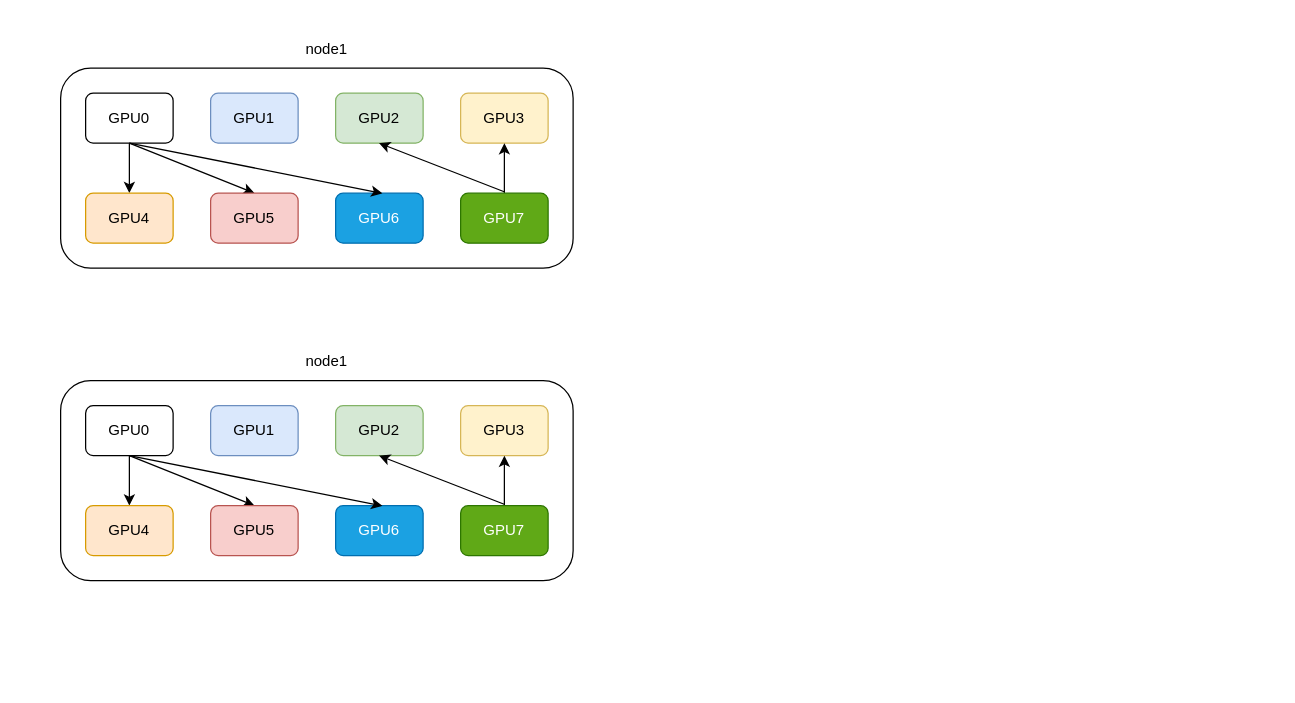
This is deepep.drawio from icclBrother/AIinfraDocs, a draw.io file, before an edit. Source tidied: cells renumbered, new cells numbered last; positions are measured from the earlier drawing's top-left corner, leaving out a move shared by most shapes. Both pictures are drawn from the tidied source at 125%, with x=0, y=0 at pixel (60, 30).
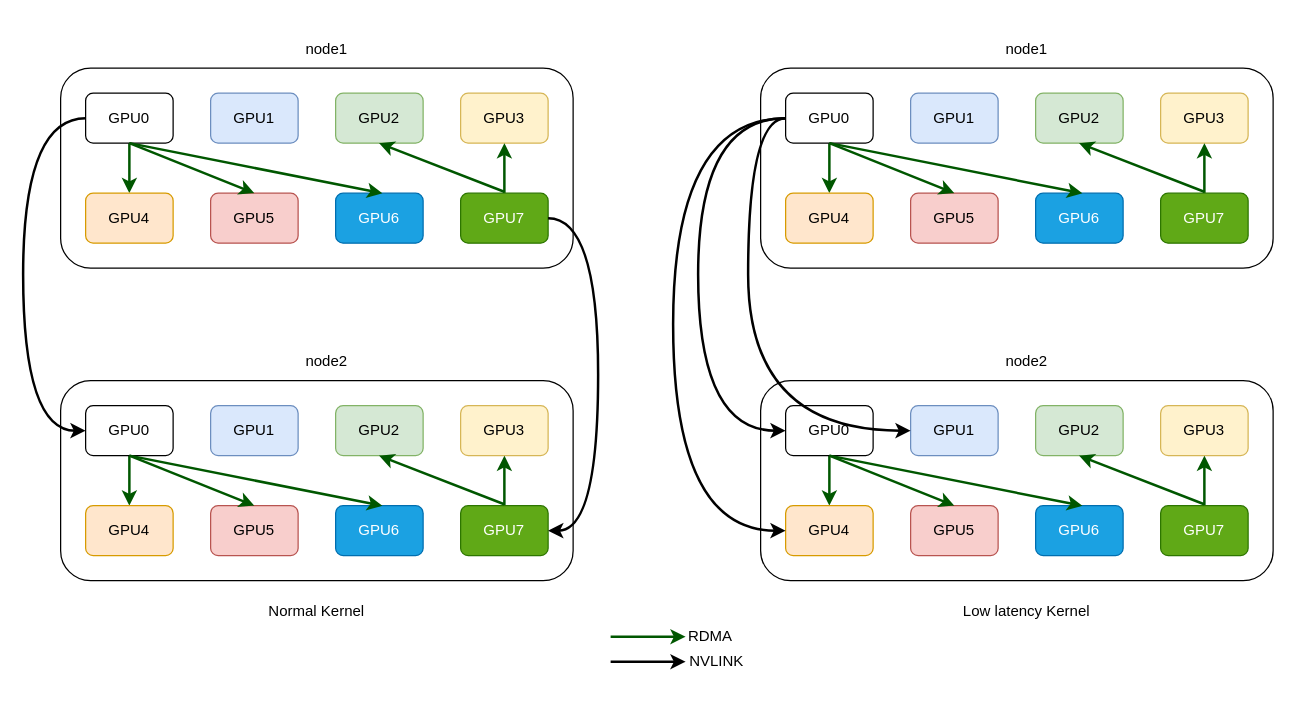
After the change.

The change refers to these unchanged cells:
```xml
<mxCell id="4" value="GPU0" style="rounded=1;whiteSpace=wrap;html=1;" parent="1" vertex="1">
  <mxGeometry x="20" y="50" width="70" height="40" as="geometry" />
</mxCell>
<mxCell id="7" value="GPU3" style="rounded=1;whiteSpace=wrap;html=1;fillColor=#fff2cc;strokeColor=#d6b656;" parent="1" vertex="1">
  <mxGeometry x="320" y="50" width="70" height="40" as="geometry" />
</mxCell>
<mxCell id="8" value="GPU4" style="rounded=1;whiteSpace=wrap;html=1;fillColor=#ffe6cc;strokeColor=#d79b00;" parent="1" vertex="1">
  <mxGeometry x="20" y="130" width="70" height="40" as="geometry" />
</mxCell>
<mxCell id="10" value="GPU5" style="rounded=1;whiteSpace=wrap;html=1;fillColor=#f8cecc;strokeColor=#b85450;" parent="1" vertex="1">
  <mxGeometry x="120" y="130" width="70" height="40" as="geometry" />
</mxCell>
<mxCell id="11" value="GPU6" style="rounded=1;whiteSpace=wrap;html=1;fillColor=#1ba1e2;fontColor=#ffffff;strokeColor=#006EAF;" parent="1" vertex="1">
  <mxGeometry x="220" y="130" width="70" height="40" as="geometry" />
</mxCell>
<mxCell id="13" value="GPU7" style="rounded=1;whiteSpace=wrap;html=1;fillColor=#60a917;fontColor=#ffffff;strokeColor=#2D7600;" parent="1" vertex="1">
  <mxGeometry x="320" y="130" width="70" height="40" as="geometry" />
</mxCell>
<mxCell id="20" value="GPU0" style="rounded=1;whiteSpace=wrap;html=1;" parent="1" vertex="1">
  <mxGeometry x="20" y="300" width="70" height="40" as="geometry" />
</mxCell>
<mxCell id="23" value="GPU3" style="rounded=1;whiteSpace=wrap;html=1;fillColor=#fff2cc;strokeColor=#d6b656;" parent="1" vertex="1">
  <mxGeometry x="320" y="300" width="70" height="40" as="geometry" />
</mxCell>
<mxCell id="24" value="GPU4" style="rounded=1;whiteSpace=wrap;html=1;fillColor=#ffe6cc;strokeColor=#d79b00;" parent="1" vertex="1">
  <mxGeometry x="20" y="380" width="70" height="40" as="geometry" />
</mxCell>
<mxCell id="26" value="GPU5" style="rounded=1;whiteSpace=wrap;html=1;fillColor=#f8cecc;strokeColor=#b85450;" parent="1" vertex="1">
  <mxGeometry x="120" y="380" width="70" height="40" as="geometry" />
</mxCell>
<mxCell id="27" value="GPU6" style="rounded=1;whiteSpace=wrap;html=1;fillColor=#1ba1e2;fontColor=#ffffff;strokeColor=#006EAF;" parent="1" vertex="1">
  <mxGeometry x="220" y="380" width="70" height="40" as="geometry" />
</mxCell>
<mxCell id="29" value="GPU7" style="rounded=1;whiteSpace=wrap;html=1;fillColor=#60a917;fontColor=#ffffff;strokeColor=#2D7600;" parent="1" vertex="1">
  <mxGeometry x="320" y="380" width="70" height="40" as="geometry" />
</mxCell>
```

The edit, as a diff of the source:
```diff
@@
-    <mxCell id="3" style="edgeStyle=orthogonalEdgeStyle;rounded=0;jettySize=auto;html=1;" parent="1" edge="1" source="4" target="8">
+    <mxCell id="3" style="edgeStyle=orthogonalEdgeStyle;rounded=0;jettySize=auto;html=1;strokeWidth=2;fillColor=#008a00;strokeColor=#005700;" parent="1" edge="1" source="4" target="8">
       <mxGeometry relative="1" as="geometry" />
     </mxCell>
@@
-    <mxCell id="9" style="edgeStyle=none;rounded=0;jettySize=auto;html=1;entryX=0.5;entryY=0;entryDx=0;entryDy=0;exitX=0.5;exitY=1;exitDx=0;exitDy=0;" parent="1" edge="1" source="4" target="10">
-      <mxGeometry relative="1" as="geometry" />
-    </mxCell>
@@
-    <mxCell id="12" style="edgeStyle=none;rounded=0;jettySize=auto;html=1;" parent="1" edge="1" source="13" target="7">
+    <mxCell id="12" style="edgeStyle=none;rounded=0;jettySize=auto;html=1;fillColor=#008a00;strokeColor=#005700;strokeWidth=2;" parent="1" edge="1" source="13" target="7">
       <mxGeometry relative="1" as="geometry" />
     </mxCell>
@@
-    <mxCell id="14" style="edgeStyle=none;rounded=0;jettySize=auto;html=1;entryX=0.534;entryY=0.004;entryDx=0;entryDy=0;exitX=0.5;exitY=1;exitDx=0;exitDy=0;entryPerimeter=0;" parent="1" edge="1" source="4" target="11">
+    <mxCell id="14" style="edgeStyle=none;rounded=0;jettySize=auto;html=1;entryX=0.534;entryY=0.004;entryDx=0;entryDy=0;exitX=0.5;exitY=1;exitDx=0;exitDy=0;entryPerimeter=0;fillColor=#008a00;strokeColor=#005700;strokeWidth=2;" parent="1" edge="1" source="4" target="11">
       <mxGeometry relative="1" as="geometry" />
     </mxCell>
-    <mxCell id="15" style="edgeStyle=none;rounded=0;jettySize=auto;html=1;exitX=0.498;exitY=-0.028;exitDx=0;exitDy=0;exitPerimeter=0;" parent="1" edge="1" source="13">
+    <mxCell id="15" style="edgeStyle=none;rounded=0;jettySize=auto;html=1;exitX=0.498;exitY=-0.028;exitDx=0;exitDy=0;exitPerimeter=0;fillColor=#008a00;strokeColor=#005700;strokeWidth=2;" parent="1" edge="1" source="13">
       <mxGeometry relative="1" as="geometry">
         <mxPoint x="254.7" y="90" as="targetPoint" />
       </mxGeometry>
     </mxCell>
@@
-    <mxCell id="19" style="edgeStyle=orthogonalEdgeStyle;rounded=0;jettySize=auto;html=1;" parent="1" edge="1" source="20" target="24">
+    <mxCell id="19" style="edgeStyle=orthogonalEdgeStyle;rounded=0;jettySize=auto;html=1;fillColor=#008a00;strokeColor=#005700;strokeWidth=2;" parent="1" edge="1" source="20" target="24">
       <mxGeometry relative="1" as="geometry" />
     </mxCell>
@@
-    <mxCell id="25" style="edgeStyle=none;rounded=0;jettySize=auto;html=1;entryX=0.5;entryY=0;entryDx=0;entryDy=0;exitX=0.5;exitY=1;exitDx=0;exitDy=0;" parent="1" edge="1" source="20" target="26">
-      <mxGeometry relative="1" as="geometry" />
-    </mxCell>
@@
-    <mxCell id="28" style="edgeStyle=none;rounded=0;jettySize=auto;html=1;" parent="1" edge="1" source="29" target="23">
+    <mxCell id="28" style="edgeStyle=none;rounded=0;jettySize=auto;html=1;fillColor=#008a00;strokeColor=#005700;strokeWidth=2;" parent="1" edge="1" source="29" target="23">
       <mxGeometry relative="1" as="geometry" />
     </mxCell>
@@
-    <mxCell id="30" style="edgeStyle=none;rounded=0;jettySize=auto;html=1;entryX=0.534;entryY=0.004;entryDx=0;entryDy=0;exitX=0.5;exitY=1;exitDx=0;exitDy=0;entryPerimeter=0;" parent="1" edge="1" source="20" target="27">
+    <mxCell id="30" style="edgeStyle=none;rounded=0;jettySize=auto;html=1;entryX=0.534;entryY=0.004;entryDx=0;entryDy=0;exitX=0.5;exitY=1;exitDx=0;exitDy=0;entryPerimeter=0;fillColor=#008a00;strokeColor=#005700;strokeWidth=2;" parent="1" edge="1" source="20" target="27">
       <mxGeometry relative="1" as="geometry" />
     </mxCell>
-    <mxCell id="31" style="edgeStyle=none;rounded=0;jettySize=auto;html=1;exitX=0.498;exitY=-0.028;exitDx=0;exitDy=0;exitPerimeter=0;" parent="1" edge="1" source="29">
+    <mxCell id="31" style="edgeStyle=none;rounded=0;jettySize=auto;html=1;exitX=0.498;exitY=-0.028;exitDx=0;exitDy=0;exitPerimeter=0;fillColor=#008a00;strokeColor=#005700;strokeWidth=2;" parent="1" edge="1" source="29">
       <mxGeometry relative="1" as="geometry">
         <mxPoint x="254.7" y="340" as="targetPoint" />
       </mxGeometry>
     </mxCell>
-    <mxCell id="32" value="&lt;div&gt;node1&lt;/div&gt;" style="text;html=1;align=center;verticalAlign=middle;whiteSpace=wrap;rounded=0;" parent="1" vertex="1">
+    <mxCell id="32" value="&lt;div&gt;node2&lt;/div&gt;" style="text;html=1;align=center;verticalAlign=middle;whiteSpace=wrap;rounded=0;" parent="1" vertex="1">
       <mxGeometry x="183" y="250" width="60" height="30" as="geometry" />
     </mxCell>
@@
+    <mxCell id="34" style="edgeStyle=orthogonalEdgeStyle;curved=1;rounded=0;jettySize=auto;html=1;exitX=0;exitY=0.5;exitDx=0;exitDy=0;strokeWidth=2;fillColor=#fa6800;strokeColor=#000000;" parent="1" edge="1" source="4">
+      <mxGeometry relative="1" as="geometry">
+        <mxPoint x="20" y="320" as="targetPoint" />
+        <Array as="points">
+          <mxPoint x="-30" y="70" />
+          <mxPoint x="-30" y="320" />
+        </Array>
+      </mxGeometry>
+    </mxCell>
+    <mxCell id="9" style="edgeStyle=none;rounded=0;jettySize=auto;html=1;entryX=0.5;entryY=0;entryDx=0;entryDy=0;exitX=0.5;exitY=1;exitDx=0;exitDy=0;fillColor=#008a00;strokeColor=#005700;strokeWidth=2;" parent="1" edge="1" source="4" target="10">
+      <mxGeometry relative="1" as="geometry" />
+    </mxCell>
+    <mxCell id="25" style="edgeStyle=none;rounded=0;jettySize=auto;html=1;entryX=0.5;entryY=0;entryDx=0;entryDy=0;exitX=0.5;exitY=1;exitDx=0;exitDy=0;fillColor=#008a00;strokeColor=#005700;strokeWidth=2;" parent="1" edge="1" source="20" target="26">
+      <mxGeometry relative="1" as="geometry" />
+    </mxCell>
+    <mxCell id="35" style="edgeStyle=orthogonalEdgeStyle;curved=1;rounded=0;jettySize=auto;html=1;exitX=1;exitY=0.5;exitDx=0;exitDy=0;entryX=1;entryY=0.5;entryDx=0;entryDy=0;strokeWidth=2;fillColor=#fa6800;strokeColor=#000000;" parent="1" edge="1" source="13" target="29">
+      <mxGeometry relative="1" as="geometry">
+        <Array as="points">
+          <mxPoint x="430" y="150" />
+          <mxPoint x="430" y="400" />
+        </Array>
+      </mxGeometry>
+    </mxCell>
+    <mxCell id="36" style="rounded=1;whiteSpace=wrap;html=1;" parent="1" vertex="1">
+      <mxGeometry x="560" y="30" width="410" height="160" as="geometry" />
+    </mxCell>
+    <mxCell id="37" style="edgeStyle=orthogonalEdgeStyle;rounded=0;jettySize=auto;html=1;strokeWidth=2;fillColor=#008a00;strokeColor=#005700;" parent="1" edge="1" source="38" target="42">
+      <mxGeometry relative="1" as="geometry" />
+    </mxCell>
+    <mxCell id="38" value="GPU0" style="rounded=1;whiteSpace=wrap;html=1;" parent="1" vertex="1">
+      <mxGeometry x="580" y="50" width="70" height="40" as="geometry" />
+    </mxCell>
+    <mxCell id="39" value="GPU1" style="rounded=1;whiteSpace=wrap;html=1;fillColor=#dae8fc;strokeColor=#6c8ebf;" parent="1" vertex="1">
+      <mxGeometry x="680" y="50" width="70" height="40" as="geometry" />
+    </mxCell>
+    <mxCell id="40" value="GPU2" style="rounded=1;whiteSpace=wrap;html=1;fillColor=#d5e8d4;strokeColor=#82b366;" parent="1" vertex="1">
+      <mxGeometry x="780" y="50" width="70" height="40" as="geometry" />
+    </mxCell>
+    <mxCell id="41" value="GPU3" style="rounded=1;whiteSpace=wrap;html=1;fillColor=#fff2cc;strokeColor=#d6b656;" parent="1" vertex="1">
+      <mxGeometry x="880" y="50" width="70" height="40" as="geometry" />
+    </mxCell>
+    <mxCell id="42" value="GPU4" style="rounded=1;whiteSpace=wrap;html=1;fillColor=#ffe6cc;strokeColor=#d79b00;" parent="1" vertex="1">
+      <mxGeometry x="580" y="130" width="70" height="40" as="geometry" />
+    </mxCell>
+    <mxCell id="43" value="GPU5" style="rounded=1;whiteSpace=wrap;html=1;fillColor=#f8cecc;strokeColor=#b85450;" parent="1" vertex="1">
+      <mxGeometry x="680" y="130" width="70" height="40" as="geometry" />
+    </mxCell>
+    <mxCell id="44" value="GPU6" style="rounded=1;whiteSpace=wrap;html=1;fillColor=#1ba1e2;fontColor=#ffffff;strokeColor=#006EAF;" parent="1" vertex="1">
+      <mxGeometry x="780" y="130" width="70" height="40" as="geometry" />
+    </mxCell>
+    <mxCell id="45" style="edgeStyle=none;rounded=0;jettySize=auto;html=1;fillColor=#008a00;strokeColor=#005700;strokeWidth=2;" parent="1" edge="1" source="46" target="41">
+      <mxGeometry relative="1" as="geometry" />
+    </mxCell>
+    <mxCell id="46" value="GPU7" style="rounded=1;whiteSpace=wrap;html=1;fillColor=#60a917;fontColor=#ffffff;strokeColor=#2D7600;" parent="1" vertex="1">
+      <mxGeometry x="880" y="130" width="70" height="40" as="geometry" />
+    </mxCell>
+    <mxCell id="47" style="edgeStyle=none;rounded=0;jettySize=auto;html=1;entryX=0.534;entryY=0.004;entryDx=0;entryDy=0;exitX=0.5;exitY=1;exitDx=0;exitDy=0;entryPerimeter=0;fillColor=#008a00;strokeColor=#005700;strokeWidth=2;" parent="1" edge="1" source="38" target="44">
+      <mxGeometry relative="1" as="geometry" />
+    </mxCell>
+    <mxCell id="48" style="edgeStyle=none;rounded=0;jettySize=auto;html=1;exitX=0.498;exitY=-0.028;exitDx=0;exitDy=0;exitPerimeter=0;fillColor=#008a00;strokeColor=#005700;strokeWidth=2;" parent="1" edge="1" source="46">
+      <mxGeometry relative="1" as="geometry">
+        <mxPoint x="814.7" y="90" as="targetPoint" />
+      </mxGeometry>
+    </mxCell>
+    <mxCell id="49" value="&lt;div&gt;node1&lt;/div&gt;" style="text;html=1;align=center;verticalAlign=middle;whiteSpace=wrap;rounded=0;" parent="1" vertex="1">
+      <mxGeometry x="743" width="60" height="30" as="geometry" />
+    </mxCell>
+    <mxCell id="50" style="edgeStyle=none;rounded=0;orthogonalLoop=1;jettySize=auto;html=1;exitX=0.5;exitY=0;exitDx=0;exitDy=0;" parent="1" edge="1" source="49" target="49">
+      <mxGeometry relative="1" as="geometry" />
+    </mxCell>
+    <mxCell id="51" style="rounded=1;whiteSpace=wrap;html=1;" parent="1" vertex="1">
+      <mxGeometry x="560" y="280" width="410" height="160" as="geometry" />
+    </mxCell>
+    <mxCell id="52" style="edgeStyle=orthogonalEdgeStyle;rounded=0;jettySize=auto;html=1;fillColor=#008a00;strokeColor=#005700;strokeWidth=2;" parent="1" edge="1" source="53" target="57">
+      <mxGeometry relative="1" as="geometry" />
+    </mxCell>
+    <mxCell id="53" value="GPU0" style="rounded=1;whiteSpace=wrap;html=1;" parent="1" vertex="1">
+      <mxGeometry x="580" y="300" width="70" height="40" as="geometry" />
+    </mxCell>
+    <mxCell id="54" value="GPU1" style="rounded=1;whiteSpace=wrap;html=1;fillColor=#dae8fc;strokeColor=#6c8ebf;" parent="1" vertex="1">
+      <mxGeometry x="680" y="300" width="70" height="40" as="geometry" />
+    </mxCell>
+    <mxCell id="55" value="GPU2" style="rounded=1;whiteSpace=wrap;html=1;fillColor=#d5e8d4;strokeColor=#82b366;" parent="1" vertex="1">
+      <mxGeometry x="780" y="300" width="70" height="40" as="geometry" />
+    </mxCell>
+    <mxCell id="56" value="GPU3" style="rounded=1;whiteSpace=wrap;html=1;fillColor=#fff2cc;strokeColor=#d6b656;" parent="1" vertex="1">
+      <mxGeometry x="880" y="300" width="70" height="40" as="geometry" />
+    </mxCell>
+    <mxCell id="57" value="GPU4" style="rounded=1;whiteSpace=wrap;html=1;fillColor=#ffe6cc;strokeColor=#d79b00;" parent="1" vertex="1">
+      <mxGeometry x="580" y="380" width="70" height="40" as="geometry" />
+    </mxCell>
+    <mxCell id="58" value="GPU5" style="rounded=1;whiteSpace=wrap;html=1;fillColor=#f8cecc;strokeColor=#b85450;" parent="1" vertex="1">
+      <mxGeometry x="680" y="380" width="70" height="40" as="geometry" />
+    </mxCell>
+    <mxCell id="59" value="GPU6" style="rounded=1;whiteSpace=wrap;html=1;fillColor=#1ba1e2;fontColor=#ffffff;strokeColor=#006EAF;" parent="1" vertex="1">
+      <mxGeometry x="780" y="380" width="70" height="40" as="geometry" />
+    </mxCell>
+    <mxCell id="60" style="edgeStyle=none;rounded=0;jettySize=auto;html=1;fillColor=#008a00;strokeColor=#005700;strokeWidth=2;" parent="1" edge="1" source="61" target="56">
+      <mxGeometry relative="1" as="geometry" />
+    </mxCell>
+    <mxCell id="61" value="GPU7" style="rounded=1;whiteSpace=wrap;html=1;fillColor=#60a917;fontColor=#ffffff;strokeColor=#2D7600;" parent="1" vertex="1">
+      <mxGeometry x="880" y="380" width="70" height="40" as="geometry" />
+    </mxCell>
+    <mxCell id="62" style="edgeStyle=none;rounded=0;jettySize=auto;html=1;entryX=0.534;entryY=0.004;entryDx=0;entryDy=0;exitX=0.5;exitY=1;exitDx=0;exitDy=0;entryPerimeter=0;fillColor=#008a00;strokeColor=#005700;strokeWidth=2;" parent="1" edge="1" source="53" target="59">
+      <mxGeometry relative="1" as="geometry" />
+    </mxCell>
+    <mxCell id="63" style="edgeStyle=none;rounded=0;jettySize=auto;html=1;exitX=0.498;exitY=-0.028;exitDx=0;exitDy=0;exitPerimeter=0;fillColor=#008a00;strokeColor=#005700;strokeWidth=2;" parent="1" edge="1" source="61">
+      <mxGeometry relative="1" as="geometry">
+        <mxPoint x="814.7" y="340" as="targetPoint" />
+      </mxGeometry>
+    </mxCell>
+    <mxCell id="64" value="&lt;div&gt;node2&lt;/div&gt;" style="text;html=1;align=center;verticalAlign=middle;whiteSpace=wrap;rounded=0;" parent="1" vertex="1">
+      <mxGeometry x="743" y="250" width="60" height="30" as="geometry" />
+    </mxCell>
+    <mxCell id="65" style="edgeStyle=none;rounded=0;orthogonalLoop=1;jettySize=auto;html=1;exitX=0.5;exitY=0;exitDx=0;exitDy=0;" parent="1" edge="1" source="64" target="64">
+      <mxGeometry relative="1" as="geometry" />
+    </mxCell>
+    <mxCell id="66" style="edgeStyle=orthogonalEdgeStyle;curved=1;rounded=0;jettySize=auto;html=1;exitX=0;exitY=0.5;exitDx=0;exitDy=0;strokeWidth=2;fillColor=#fa6800;strokeColor=#000000;" parent="1" edge="1" source="38">
+      <mxGeometry relative="1" as="geometry">
+        <mxPoint x="580" y="320" as="targetPoint" />
+        <Array as="points">
+          <mxPoint x="510" y="70" />
+          <mxPoint x="510" y="320" />
+        </Array>
+      </mxGeometry>
+    </mxCell>
+    <mxCell id="67" style="edgeStyle=none;rounded=0;jettySize=auto;html=1;entryX=0.5;entryY=0;entryDx=0;entryDy=0;exitX=0.5;exitY=1;exitDx=0;exitDy=0;fillColor=#008a00;strokeColor=#005700;strokeWidth=2;" parent="1" edge="1" source="38" target="43">
+      <mxGeometry relative="1" as="geometry" />
+    </mxCell>
+    <mxCell id="68" style="edgeStyle=none;rounded=0;jettySize=auto;html=1;entryX=0.5;entryY=0;entryDx=0;entryDy=0;exitX=0.5;exitY=1;exitDx=0;exitDy=0;fillColor=#008a00;strokeColor=#005700;strokeWidth=2;" parent="1" edge="1" source="53" target="58">
+      <mxGeometry relative="1" as="geometry" />
+    </mxCell>
+    <mxCell id="69" style="edgeStyle=orthogonalEdgeStyle;curved=1;rounded=0;jettySize=auto;html=1;strokeWidth=2;fillColor=#fa6800;strokeColor=#000000;entryX=0;entryY=0.5;entryDx=0;entryDy=0;" parent="1" edge="1" target="57">
+      <mxGeometry relative="1" as="geometry">
+        <mxPoint x="580" y="70" as="sourcePoint" />
+        <Array as="points">
+          <mxPoint x="490" y="70" />
+          <mxPoint x="490" y="400" />
+        </Array>
+      </mxGeometry>
+    </mxCell>
+    <mxCell id="70" style="edgeStyle=orthogonalEdgeStyle;curved=1;rounded=0;orthogonalLoop=1;jettySize=auto;html=1;strokeWidth=2;fillColor=#fa6800;strokeColor=#000000;" parent="1" edge="1">
+      <mxGeometry relative="1" as="geometry">
+        <mxPoint x="580" y="70" as="sourcePoint" />
+        <mxPoint x="680" y="320" as="targetPoint" />
+        <Array as="points">
+          <mxPoint x="550" y="70" />
+          <mxPoint x="550" y="320" />
+        </Array>
+      </mxGeometry>
+    </mxCell>
+    <mxCell id="71" value="Normal Kernel" style="text;html=1;align=center;verticalAlign=middle;whiteSpace=wrap;rounded=0;" parent="1" vertex="1">
+      <mxGeometry x="145" y="450" width="120" height="30" as="geometry" />
+    </mxCell>
+    <mxCell id="72" value="&lt;div&gt;Low latency Kernel&lt;/div&gt;" style="text;html=1;align=center;verticalAlign=middle;whiteSpace=wrap;rounded=0;" parent="1" vertex="1">
+      <mxGeometry x="713" y="450" width="120" height="30" as="geometry" />
+    </mxCell>
+    <mxCell id="73" style="edgeStyle=none;rounded=0;orthogonalLoop=1;jettySize=auto;html=1;fillColor=#008a00;strokeColor=#005700;strokeWidth=2;" parent="1" edge="1">
+      <mxGeometry relative="1" as="geometry">
+        <mxPoint x="440" y="484.9" as="sourcePoint" />
+        <mxPoint x="500" y="484.9" as="targetPoint" />
+      </mxGeometry>
+    </mxCell>
+    <mxCell id="74" value="RDMA" style="text;html=1;align=center;verticalAlign=middle;whiteSpace=wrap;rounded=0;" parent="1" vertex="1">
+      <mxGeometry x="480" y="470" width="80" height="30" as="geometry" />
+    </mxCell>
+    <mxCell id="75" style="edgeStyle=none;rounded=0;orthogonalLoop=1;jettySize=auto;html=1;fillColor=#008a00;strokeColor=#000000;strokeWidth=2;" parent="1" edge="1">
+      <mxGeometry relative="1" as="geometry">
+        <mxPoint x="440" y="504.9" as="sourcePoint" />
+        <mxPoint x="500" y="504.9" as="targetPoint" />
+      </mxGeometry>
+    </mxCell>
+    <mxCell id="76" value="NVLINK" style="text;html=1;align=center;verticalAlign=middle;whiteSpace=wrap;rounded=0;" parent="1" vertex="1">
+      <mxGeometry x="480" y="490" width="90" height="30" as="geometry" />
+    </mxCell>
```
